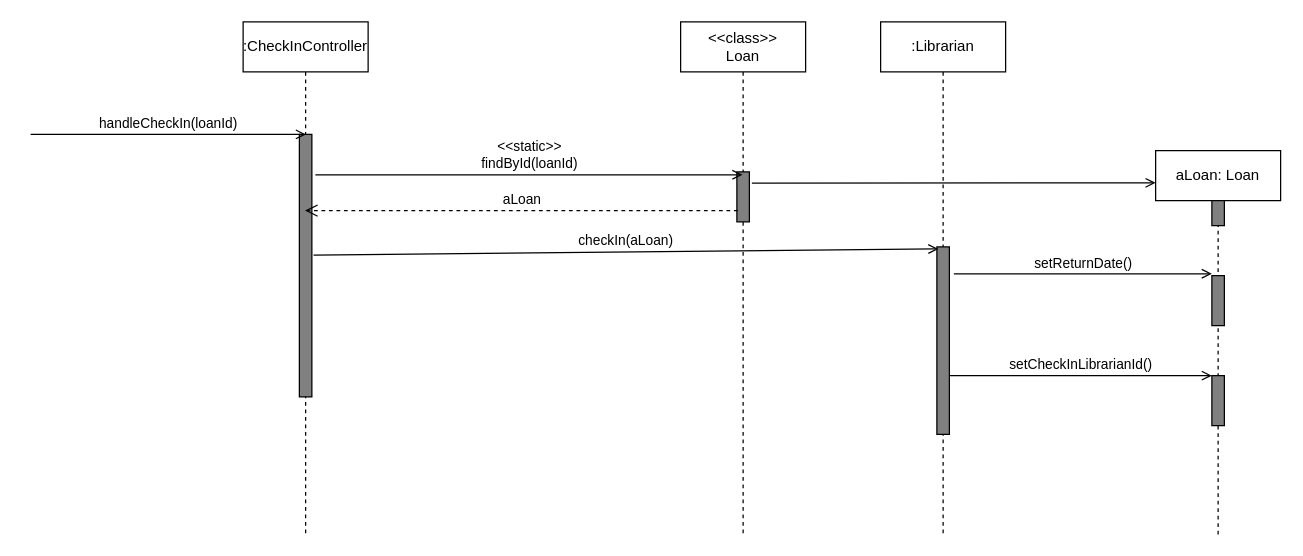
Earlier version of the draw.io diagram page "checkin" (1 of 3) of docs/assets/sequence-diagram.drawio (creme332/biblionex). Source tidied: cells renumbered, new cells numbered last; positions are measured from the earlier drawing's top-left corner, leaving out a move shared by most shapes. Both pictures are drawn from the tidied source at 125%, with x=0, y=0 at pixel (30, 21).
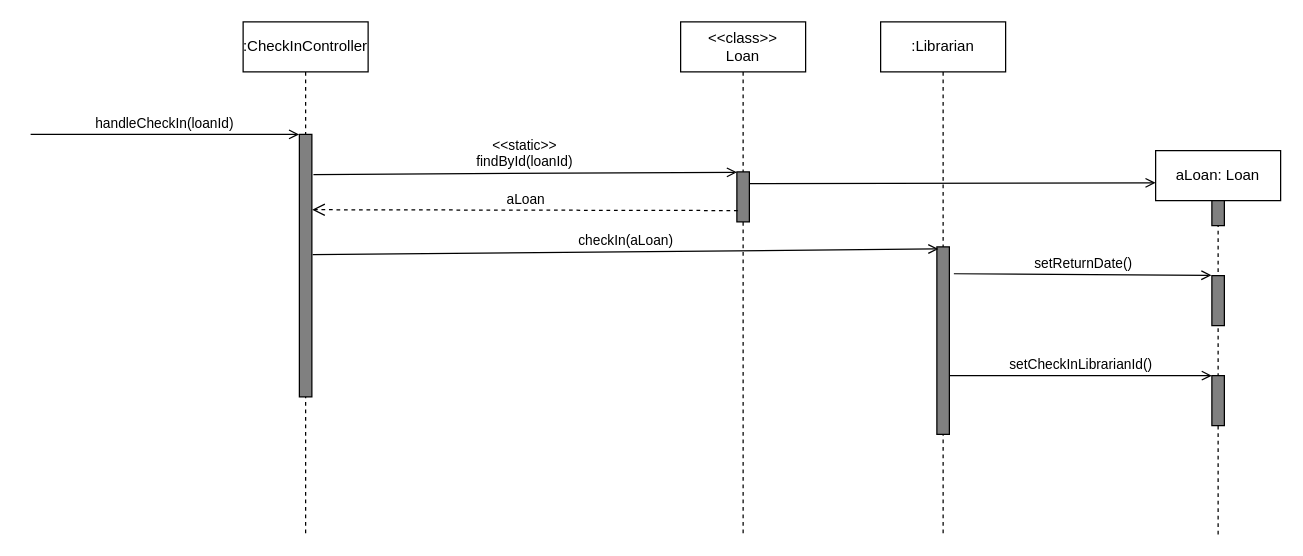
Above is the later version.

The change refers to these unchanged cells:
```xml
<mxCell id="2" value="&amp;lt;&amp;lt;class&amp;gt;&amp;gt;&lt;br&gt;Loan" style="shape=umlLifeline;perimeter=lifelinePerimeter;whiteSpace=wrap;html=1;outlineConnect=0;fillColor=none;" parent="1" vertex="1">
  <mxGeometry x="520" width="100" height="410" as="geometry" />
</mxCell>
<mxCell id="3" style="html=1;points=[];perimeter=orthogonalPerimeter;fillColor=#808080;" parent="2" vertex="1">
  <mxGeometry x="45" y="120" width="10" height="40" as="geometry" />
</mxCell>
<mxCell id="4" value=":CheckInController" style="shape=umlLifeline;perimeter=lifelinePerimeter;whiteSpace=wrap;html=1;outlineConnect=0;fillColor=none;" parent="1" vertex="1">
  <mxGeometry x="170" width="100" height="410" as="geometry" />
</mxCell>
<mxCell id="5" style="html=1;points=[];perimeter=orthogonalPerimeter;fillColor=#808080;" parent="4" vertex="1">
  <mxGeometry x="45" y="90" width="10" height="210" as="geometry" />
</mxCell>
<mxCell id="7" style="html=1;points=[];perimeter=orthogonalPerimeter;fillColor=#808080;" parent="6" vertex="1">
  <mxGeometry x="45" y="180" width="10" height="150" as="geometry" />
</mxCell>
<mxCell id="8" value="aLoan: Loan" style="shape=umlLifeline;perimeter=lifelinePerimeter;whiteSpace=wrap;html=1;outlineConnect=0;fillColor=none;" parent="1" vertex="1">
  <mxGeometry x="900" y="103" width="100" height="307" as="geometry" />
</mxCell>
<mxCell id="11" style="html=1;points=[];perimeter=orthogonalPerimeter;fillColor=#808080;" parent="8" vertex="1">
  <mxGeometry x="45" y="100" width="10" height="40" as="geometry" />
</mxCell>
```

Diff of the diagram source:
```diff
@@
-    <mxCell id="13" value="handleCheckIn(loanId)" style="html=1;verticalAlign=bottom;labelBackgroundColor=none;endArrow=open;endFill=0;entryX=0.527;entryY=0;entryDx=0;entryDy=0;entryPerimeter=0;" parent="1" edge="1" target="5">
+    <mxCell id="13" value="handleCheckIn(loanId)" style="html=1;verticalAlign=bottom;labelBackgroundColor=none;endArrow=open;endFill=0;entryX=-0.019;entryY=0;entryDx=0;entryDy=0;entryPerimeter=0;" parent="1" edge="1" target="5">
       <mxGeometry relative="1" as="geometry">
         <mxPoint y="90" as="sourcePoint" />
       </mxGeometry>
     </mxCell>
-    <mxCell id="14" value="&amp;lt;&amp;lt;static&amp;gt;&amp;gt;&lt;br&gt;findById(loanId)" style="html=1;verticalAlign=bottom;labelBackgroundColor=none;endArrow=open;endFill=0;exitX=1.281;exitY=0.154;exitDx=0;exitDy=0;exitPerimeter=0;" parent="1" edge="1" source="5" target="2">
+    <mxCell id="14" value="&amp;lt;&amp;lt;static&amp;gt;&amp;gt;&lt;br&gt;findById(loanId)" style="html=1;verticalAlign=bottom;labelBackgroundColor=none;endArrow=open;endFill=0;exitX=1.123;exitY=0.153;exitDx=0;exitDy=0;exitPerimeter=0;entryX=0.008;entryY=0.008;entryDx=0;entryDy=0;entryPerimeter=0;" parent="1" edge="1" source="5" target="3">
       <mxGeometry relative="1" as="geometry" />
     </mxCell>
-    <mxCell id="15" value="aLoan" style="endArrow=open;startArrow=none;endFill=0;startFill=0;endSize=8;html=1;verticalAlign=bottom;dashed=1;labelBackgroundColor=none;exitX=0.067;exitY=0.774;exitDx=0;exitDy=0;exitPerimeter=0;" parent="1" edge="1" source="3" target="4">
+    <mxCell id="15" value="aLoan" style="endArrow=open;startArrow=none;endFill=0;startFill=0;endSize=8;html=1;verticalAlign=bottom;dashed=1;labelBackgroundColor=none;exitX=0.067;exitY=0.774;exitDx=0;exitDy=0;exitPerimeter=0;entryX=1.026;entryY=0.287;entryDx=0;entryDy=0;entryPerimeter=0;" parent="1" edge="1" source="3" target="5">
       <mxGeometry relative="1" as="geometry" />
     </mxCell>
-    <mxCell id="16" value="checkIn(aLoan)" style="html=1;verticalAlign=bottom;labelBackgroundColor=none;endArrow=open;endFill=0;exitX=1.136;exitY=0.46;exitDx=0;exitDy=0;exitPerimeter=0;entryX=0.122;entryY=0.011;entryDx=0;entryDy=0;entryPerimeter=0;" parent="1" edge="1" source="5" target="7">
+    <mxCell id="16" value="checkIn(aLoan)" style="html=1;verticalAlign=bottom;labelBackgroundColor=none;endArrow=open;endFill=0;exitX=1.064;exitY=0.458;exitDx=0;exitDy=0;exitPerimeter=0;entryX=0.122;entryY=0.011;entryDx=0;entryDy=0;entryPerimeter=0;" parent="1" edge="1" source="5" target="7">
       <mxGeometry relative="1" as="geometry" />
     </mxCell>
-    <mxCell id="17" value="setReturnDate()" style="html=1;verticalAlign=bottom;labelBackgroundColor=none;endArrow=open;endFill=0;exitX=1.364;exitY=0.303;exitDx=0;exitDy=0;exitPerimeter=0;" parent="1" edge="1">
+    <mxCell id="17" value="setReturnDate()" style="html=1;verticalAlign=bottom;labelBackgroundColor=none;endArrow=open;endFill=0;exitX=1.364;exitY=0.303;exitDx=0;exitDy=0;exitPerimeter=0;entryX=-0.034;entryY=-0.006;entryDx=0;entryDy=0;entryPerimeter=0;" parent="1" edge="1" target="11">
       <mxGeometry relative="1" as="geometry">
         <mxPoint x="738.6" y="201.5" as="sourcePoint" />
-        <mxPoint x="945" y="201.5" as="targetPoint" />
       </mxGeometry>
     </mxCell>
@@
-    <mxCell id="19" style="html=1;verticalAlign=bottom;labelBackgroundColor=none;endArrow=open;endFill=0;entryX=0;entryY=0.084;entryDx=0;entryDy=0;entryPerimeter=0;" parent="1" edge="1" target="8">
-      <mxGeometry relative="1" as="geometry">
-        <mxPoint x="577" y="129" as="sourcePoint" />
-      </mxGeometry>
+    <mxCell id="19" style="html=1;verticalAlign=bottom;labelBackgroundColor=none;endArrow=open;endFill=0;entryX=0;entryY=0.084;entryDx=0;entryDy=0;entryPerimeter=0;exitX=1.035;exitY=0.234;exitDx=0;exitDy=0;exitPerimeter=0;" parent="1" edge="1" source="3" target="8">
+      <mxGeometry relative="1" as="geometry" />
     </mxCell>
```
